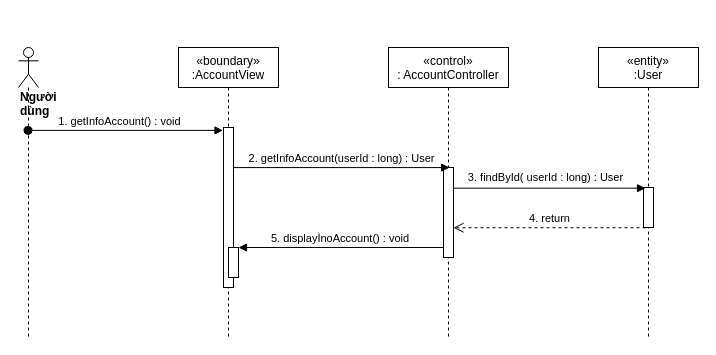
Before: sequence diagram/getMyInfo-sequence.drawio in nguyenphamvan/datn_20202, a draw.io diagram. Source tidied: cells renumbered, new cells numbered last; positions are measured from the earlier drawing's top-left corner, leaving out a move shared by most shapes. Both pictures are drawn from the tidied source at 100%, with x=0, y=0 at pixel (18, 47).
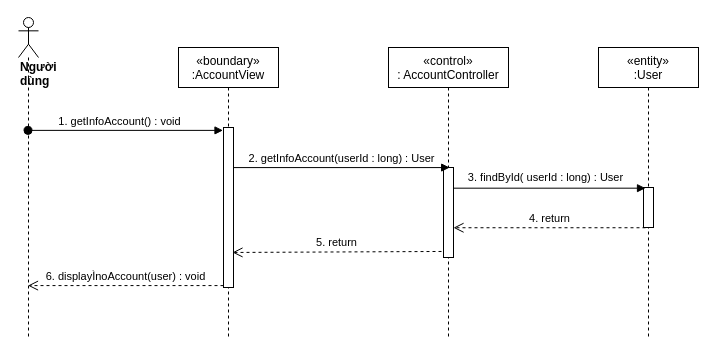
The same diagram, later.

Diff of the diagram source:
```diff
@@
 <mxGraphModel>
   <root>
     <mxCell id="0" />
     <mxCell id="1" parent="0" />
     <mxCell id="2" value="«boundary»&#10;:AccountView" style="shape=umlLifeline;perimeter=lifelinePerimeter;rounded=0;shadow=0;strokeWidth=1;" parent="1" vertex="1">
       <mxGeometry x="160" width="100" height="290" as="geometry" />
     </mxCell>
     <mxCell id="3" style="points=[];perimeter=orthogonalPerimeter;rounded=0;shadow=0;strokeWidth=1;" parent="2" vertex="1">
       <mxGeometry x="45" y="80" width="10" height="160" as="geometry" />
     </mxCell>
     <mxCell id="4" value="«control»&#10;: AccountController" style="shape=umlLifeline;perimeter=lifelinePerimeter;rounded=0;shadow=0;strokeWidth=1;" parent="1" vertex="1">
       <mxGeometry x="370" width="120" height="290" as="geometry" />
     </mxCell>
     <mxCell id="5" style="points=[];perimeter=orthogonalPerimeter;rounded=0;shadow=0;strokeWidth=1;" parent="4" vertex="1">
       <mxGeometry x="55" y="120" width="10" height="90" as="geometry" />
     </mxCell>
     <mxCell id="6" value="&lt;div&gt;&lt;b&gt;Người dùng&lt;/b&gt;&lt;/div&gt;" style="shape=umlLifeline;participant=umlActor;perimeter=lifelinePerimeter;whiteSpace=wrap;html=1;verticalAlign=top;spacingTop=36;outlineConnect=0;align=left;" parent="1" vertex="1">
-      <mxGeometry width="20" height="290" as="geometry" />
+      <mxGeometry y="-30" width="20" height="320" as="geometry" />
     </mxCell>
     <mxCell id="7" value="1. getInfoAccount() : void" style="verticalAlign=bottom;startArrow=oval;endArrow=block;startSize=8;shadow=0;strokeWidth=1;entryX=-0.05;entryY=0.018;entryDx=0;entryDy=0;entryPerimeter=0;" parent="1" edge="1" source="6" target="3">
       <mxGeometry x="-0.06" relative="1" as="geometry" />
     </mxCell>
     <mxCell id="8" value="«entity»&#10;:User" style="shape=umlLifeline;perimeter=lifelinePerimeter;rounded=0;shadow=0;strokeWidth=1;" parent="1" vertex="1">
       <mxGeometry x="580" width="100" height="290" as="geometry" />
     </mxCell>
     <mxCell id="9" style="points=[];perimeter=orthogonalPerimeter;rounded=0;shadow=0;strokeWidth=1;" parent="8" vertex="1">
       <mxGeometry x="45" y="140" width="10" height="40" as="geometry" />
     </mxCell>
     <mxCell id="10" value="2. getInfoAccount(userId : long) : User" style="html=1;verticalAlign=bottom;endArrow=block;entryX=0.617;entryY=0.001;entryDx=0;entryDy=0;entryPerimeter=0;" parent="1" edge="1" source="3" target="5">
       <mxGeometry relative="1" as="geometry" />
     </mxCell>
     <mxCell id="11" style="html=1;verticalAlign=bottom;endArrow=block;entryX=0.2;entryY=0.017;entryDx=0;entryDy=0;entryPerimeter=0;" parent="1" edge="1" source="5" target="9">
       <mxGeometry relative="1" as="geometry" />
     </mxCell>
     <mxCell id="12" value="3. findById( userId : long) : User" style="edgeLabel;html=1;align=center;verticalAlign=middle;" parent="11" vertex="1">
       <mxGeometry x="-0.08" y="4" relative="1" as="geometry">
         <mxPoint x="3" y="-7" as="offset" />
       </mxGeometry>
     </mxCell>
     <mxCell id="13" value="4. return" style="html=1;verticalAlign=bottom;endArrow=open;dashed=1;endSize=8;exitX=0.2;exitY=1.006;exitDx=0;exitDy=0;exitPerimeter=0;" parent="1" edge="1" source="9" target="5">
       <mxGeometry relative="1" as="geometry" />
     </mxCell>
-    <mxCell id="14" value="5. displayÌnoAccount() : void" style="verticalAlign=bottom;endArrow=block;shadow=0;strokeWidth=1;" parent="1" edge="1" source="5" target="15">
-      <mxGeometry relative="1" as="geometry" />
-    </mxCell>
-    <mxCell id="15" style="html=1;points=[];perimeter=orthogonalPerimeter;" parent="1" vertex="1">
-      <mxGeometry x="210" y="200" width="10" height="30" as="geometry" />
-    </mxCell>
+    <mxCell id="16" value="5. return" style="html=1;verticalAlign=bottom;endArrow=open;dashed=1;endSize=8;exitX=-0.2;exitY=0.933;exitDx=0;exitDy=0;exitPerimeter=0;entryX=0.9;entryY=0.781;entryDx=0;entryDy=0;entryPerimeter=0;" parent="1" edge="1" source="5" target="3">
+      <mxGeometry relative="1" as="geometry" />
+    </mxCell>
+    <mxCell id="17" value="6. displayÌnoAccount(user) : void" style="html=1;verticalAlign=bottom;endArrow=open;dashed=1;endSize=8;exitX=0;exitY=0.988;exitDx=0;exitDy=0;exitPerimeter=0;" parent="1" edge="1" source="3" target="6">
+      <mxGeometry relative="1" as="geometry" />
+    </mxCell>
   </root>
 </mxGraphModel>
```
